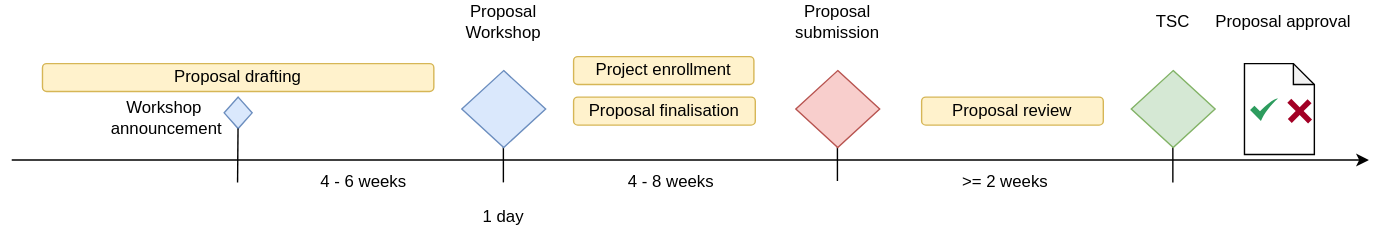
Earlier version of the draw.io export content/modules/compendium/assets/images/asam/proposal_phase_timeline.drawio.svg (asam-ev/asam-project-guide-content). Source tidied: cells renumbered, new cells last; positions are measured from the earlier drawing's top-left corner, leaving out a move shared by most shapes.
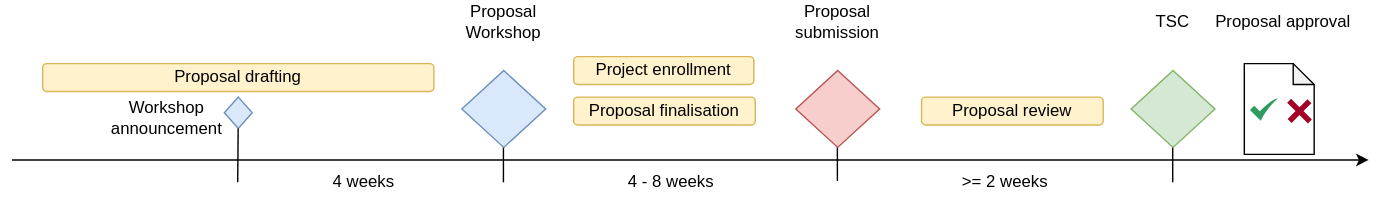
After the commit.

What changed in the source:
```diff
@@ -1,4 +1,4 @@
-<mxGraphModel>
+<mxGraphModel background="#ffffff">
   <root>
     <mxCell id="0" />
     <mxCell id="1" parent="0" />
@@ -80,7 +80,7 @@
     <mxCell id="23" value="&amp;gt;= 2 weeks" style="text;html=1;strokeColor=none;fillColor=none;align=center;verticalAlign=middle;whiteSpace=wrap;rounded=0;fontColor=#000000;" parent="1" vertex="1">
       <mxGeometry x="661" y="115" width="100" height="30" as="geometry" />
     </mxCell>
-    <mxCell id="24" value="4 - 6 weeks" style="text;html=1;strokeColor=none;fillColor=none;align=center;verticalAlign=middle;whiteSpace=wrap;rounded=0;fontColor=#000000;" parent="1" vertex="1">
+    <mxCell id="24" value="4 weeks" style="text;html=1;strokeColor=none;fillColor=none;align=center;verticalAlign=middle;whiteSpace=wrap;rounded=0;fontColor=#000000;" parent="1" vertex="1">
       <mxGeometry x="202" y="115" width="100" height="30" as="geometry" />
     </mxCell>
     <mxCell id="25" style="endArrow=none;html=1;strokeColor=#000000;startArrow=none;" parent="1" edge="1" source="26">
@@ -99,8 +99,5 @@
     <mxCell id="28" style="rhombus;whiteSpace=wrap;html=1;fillColor=#d5e8d4;strokeColor=#82b366;" parent="1" vertex="1">
       <mxGeometry x="801" y="50" width="60" height="55" as="geometry" />
     </mxCell>
-    <mxCell id="29" value="1 day" style="text;html=1;strokeColor=none;fillColor=none;align=center;verticalAlign=middle;whiteSpace=wrap;rounded=0;fontColor=#000000;" parent="1" vertex="1">
-      <mxGeometry x="302" y="140" width="100" height="30" as="geometry" />
-    </mxCell>
   </root>
 </mxGraphModel>
```
